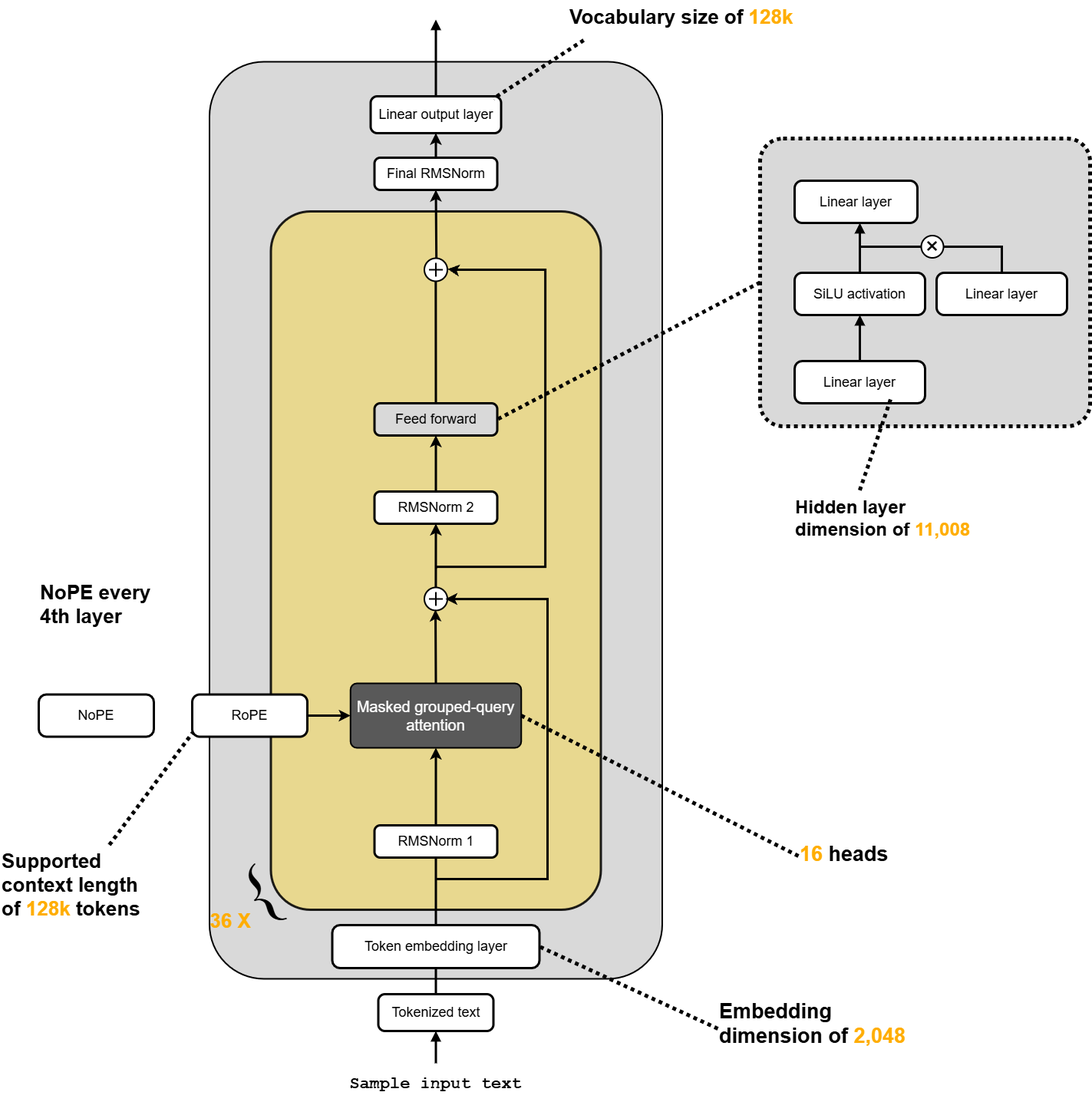
This is Models/SmolLM/SmolLM3-(3B).drawio.png from EarthWind/deeparch, a draw.io export, as it was before one commit. Source tidied: cells renumbered, new cells last; positions are measured from the earlier drawing's top-left corner, leaving out a move shared by most shapes. Its diagram source:
```xml
<mxGraphModel>
  <root>
    <mxCell id="0" />
    <mxCell id="1" parent="0" />
    <mxCell id="2" style="rounded=1;whiteSpace=wrap;html=1;arcSize=12;strokeColor=#000000;strokeWidth=2;fillColor=#d9d9d9;" parent="1" vertex="1">
      <mxGeometry x="272.5" y="80" width="590" height="1195" as="geometry" />
    </mxCell>
    <mxCell id="3" style="rounded=1;whiteSpace=wrap;html=1;arcSize=12;strokeColor=#000000;strokeWidth=3;fillColor=light-dark(#ead885, #3F6E98);opacity=88;" parent="1" vertex="1">
      <mxGeometry x="352.5" y="275" width="430" height="910" as="geometry" />
    </mxCell>
    <mxCell id="4" style="endArrow=none;html=1;rounded=0;strokeWidth=3;strokeColor=#000000;exitX=0.5;exitY=0;exitDx=0;exitDy=0;entryX=0.5;entryY=1;entryDx=0;entryDy=0;" parent="1" edge="1" source="13" target="12">
      <mxGeometry relative="1" as="geometry" />
    </mxCell>
    <mxCell id="5" style="endArrow=block;html=1;rounded=0;strokeWidth=3;endFill=1;strokeColor=#000000;entryX=0.5;entryY=1;entryDx=0;entryDy=0;" parent="1" edge="1" target="13">
      <mxGeometry relative="1" as="geometry">
        <mxPoint x="567.5" y="1385" as="sourcePoint" />
      </mxGeometry>
    </mxCell>
    <mxCell id="6" style="endArrow=block;html=1;rounded=0;strokeWidth=3;endFill=1;strokeColor=#000000;exitX=0.5;exitY=0;exitDx=0;exitDy=0;" parent="1" edge="1" source="7">
      <mxGeometry relative="1" as="geometry">
        <mxPoint x="567.5" y="25" as="targetPoint" />
      </mxGeometry>
    </mxCell>
    <mxCell id="7" value="Linear output layer" style="rounded=1;whiteSpace=wrap;html=1;arcSize=18;strokeColor=#000000;strokeWidth=3;fillColor=#ffffff;fontFamily=Arial;fontSize=18;fontColor=#000000;align=center;verticalAlign=middle;" parent="1" vertex="1">
      <mxGeometry x="482.5" y="125" width="170" height="48" as="geometry" />
    </mxCell>
    <mxCell id="8" value="Final RMSNorm" style="rounded=1;whiteSpace=wrap;html=1;arcSize=18;strokeColor=#000000;strokeWidth=3;fillColor=#ffffff;fontFamily=Arial;fontSize=18;fontColor=#000000;align=center;verticalAlign=middle;" parent="1" vertex="1">
      <mxGeometry x="487.5" y="205" width="160" height="42" as="geometry" />
    </mxCell>
    <mxCell id="9" value="Feed forward" style="rounded=1;whiteSpace=wrap;html=1;arcSize=18;strokeColor=#000000;strokeWidth=3;fillColor=#d9d9d9;fontFamily=Arial;fontSize=18;fontColor=#000000;align=center;verticalAlign=middle;" parent="1" vertex="1">
      <mxGeometry x="487.5" y="525" width="160" height="42" as="geometry" />
    </mxCell>
    <mxCell id="10" value="RMSNorm 2" style="rounded=1;whiteSpace=wrap;html=1;arcSize=18;strokeColor=#000000;strokeWidth=3;fillColor=#ffffff;fontFamily=Arial;fontSize=18;fontColor=#000000;align=center;verticalAlign=middle;" parent="1" vertex="1">
      <mxGeometry x="487.5" y="640" width="160" height="42" as="geometry" />
    </mxCell>
    <mxCell id="11" value="Masked grouped-query&lt;div&gt;attention&lt;/div&gt;" style="rounded=1;whiteSpace=wrap;html=1;arcSize=10;strokeColor=#000000;strokeWidth=2;fillColor=#595959;fontFamily=Arial;fontSize=20;fontColor=#ffffff;align=center;verticalAlign=middle;spacing=4;" parent="1" vertex="1">
      <mxGeometry x="456.2" y="890" width="222.5" height="84" as="geometry" />
    </mxCell>
    <mxCell id="12" value="Token embedding layer" style="rounded=1;whiteSpace=wrap;html=1;arcSize=18;strokeColor=#000000;strokeWidth=3;fillColor=#ffffff;fontFamily=Arial;fontSize=18;fontColor=#000000;align=center;verticalAlign=middle;" parent="1" vertex="1">
      <mxGeometry x="432.5" y="1205" width="270" height="56" as="geometry" />
    </mxCell>
    <mxCell id="13" value="Tokenized text" style="rounded=1;whiteSpace=wrap;html=1;arcSize=18;strokeColor=#000000;strokeWidth=3;fillColor=#ffffff;fontFamily=Arial;fontSize=18;fontColor=#000000;align=center;verticalAlign=middle;" parent="1" vertex="1">
      <mxGeometry x="492.5" y="1295" width="150" height="48" as="geometry" />
    </mxCell>
    <mxCell id="14" value="RoPE" style="rounded=1;whiteSpace=wrap;html=1;arcSize=18;strokeColor=#000000;strokeWidth=3;fillColor=#ffffff;fontFamily=Arial;fontSize=18;fontColor=#000000;align=center;verticalAlign=middle;" parent="1" vertex="1">
      <mxGeometry x="250" y="904.5" width="150" height="55" as="geometry" />
    </mxCell>
    <mxCell id="15" value="{" style="text;html=1;strokeColor=none;fillColor=none;align=left;verticalAlign=top;whiteSpace=wrap;rounded=0;fontFamily=Arial;fontFamily=Times New Roman;fontSize=92;fontColor=#000000;rotation=-30;align=center;verticalAlign=middle;" parent="1" vertex="1">
      <mxGeometry x="300" y="1101" width="70" height="120" as="geometry" />
    </mxCell>
    <mxCell id="16" value="&lt;font style=&quot;color: light-dark(rgb(255, 173, 1), rgb(62, 62, 62));&quot;&gt;36 X&lt;/font&gt;" style="text;html=1;strokeColor=none;fillColor=none;align=left;verticalAlign=top;whiteSpace=wrap;rounded=0;fontFamily=Arial;fontSize=26;fontColor=#1e96ed;align=center;verticalAlign=middle;fontStyle=1;" parent="1" vertex="1">
      <mxGeometry x="260" y="1178.5" width="80" height="42" as="geometry" />
    </mxCell>
    <mxCell id="17" value="Sample input text" style="text;html=1;strokeColor=none;fillColor=none;align=left;verticalAlign=top;whiteSpace=wrap;rounded=0;fontFamily=Arial;fontSize=22;fontFamily=Courier New;fontColor=#000000;align=center;verticalAlign=middle;fontStyle=1;" parent="1" vertex="1">
      <mxGeometry x="450" y="1390" width="235" height="45" as="geometry" />
    </mxCell>
    <mxCell id="18" value="Vocabulary size of&amp;nbsp;&lt;font style=&quot;color: light-dark(rgb(255, 173, 1), rgb(62, 62, 62));&quot;&gt;128k&lt;/font&gt;" style="text;html=1;strokeColor=none;fillColor=none;align=left;verticalAlign=top;whiteSpace=wrap;rounded=0;fontFamily=Arial;fontStyle=1;fontSize=28;fontColor=#000000;fontSize=26;" parent="1" vertex="1">
      <mxGeometry x="740" width="330" height="55" as="geometry" />
    </mxCell>
    <mxCell id="19" style="endArrow=none;html=1;rounded=0;strokeWidth=5;strokeColor=#000000;dashed=1;dashPattern=1 1;exitX=0.061;exitY=0.944;exitDx=0;exitDy=0;exitPerimeter=0;entryX=0.941;entryY=0.063;entryDx=0;entryDy=0;entryPerimeter=0;" parent="1" edge="1" source="18" target="7">
      <mxGeometry relative="1" as="geometry" />
    </mxCell>
    <mxCell id="20" value="Supported&lt;br&gt;context length&lt;br&gt;of &lt;font style=&quot;color: light-dark(rgb(255, 173, 1), rgb(62, 62, 62));&quot;&gt;128k&lt;/font&gt;&lt;font style=&quot;color: rgb(0, 204, 0);&quot;&gt;&amp;nbsp;&lt;/font&gt;tokens" style="text;html=1;strokeColor=none;fillColor=none;align=left;verticalAlign=top;whiteSpace=wrap;rounded=0;fontFamily=Arial;fontStyle=1;fontSize=28;fontColor=#000000;fontSize=26;" parent="1" vertex="1">
      <mxGeometry y="1100.5" width="195" height="120" as="geometry" />
    </mxCell>
    <mxCell id="21" style="endArrow=none;html=1;rounded=0;strokeWidth=5;strokeColor=#000000;dashed=1;dashPattern=1 1;entryX=0.005;entryY=0.899;entryDx=0;entryDy=0;entryPerimeter=0;" parent="1" edge="1" source="20" target="14">
      <mxGeometry relative="1" as="geometry" />
    </mxCell>
    <mxCell id="22" value="Embedding&lt;br&gt;dimension of &lt;font style=&quot;color: light-dark(rgb(255, 173, 1), rgb(62, 62, 62));&quot;&gt;2,048&lt;/font&gt;" style="text;html=1;strokeColor=none;fillColor=none;align=left;verticalAlign=top;whiteSpace=wrap;rounded=0;fontFamily=Arial;fontStyle=1;fontSize=28;fontColor=#000000;fontSize=27;" parent="1" vertex="1">
      <mxGeometry x="935" y="1295" width="260" height="90" as="geometry" />
    </mxCell>
    <mxCell id="23" style="endArrow=none;html=1;rounded=0;strokeWidth=5;strokeColor=#000000;dashed=1;dashPattern=1 1;exitX=0;exitY=0.5;exitDx=0;exitDy=0;entryX=1;entryY=0.5;entryDx=0;entryDy=0;" parent="1" edge="1" source="22" target="12">
      <mxGeometry relative="1" as="geometry" />
    </mxCell>
    <mxCell id="24" style="rounded=1;whiteSpace=wrap;html=1;arcSize=8;strokeColor=#000000;strokeWidth=5;dashed=1;dashPattern=1 1;fillColor=#d9d9d9;fontFamily=Arial;fontSize=18;fontColor=#000000;align=center;verticalAlign=middle;" parent="1" vertex="1">
      <mxGeometry x="990" y="180" width="430" height="375" as="geometry" />
    </mxCell>
    <mxCell id="25" value="Linear layer" style="rounded=1;whiteSpace=wrap;html=1;arcSize=18;strokeColor=#000000;strokeWidth=3;fillColor=#ffffff;fontFamily=Arial;fontSize=18;fontColor=#000000;align=center;verticalAlign=middle;" parent="1" vertex="1">
      <mxGeometry x="1035" y="235" width="160" height="55" as="geometry" />
    </mxCell>
    <mxCell id="26" value="SiLU activation" style="rounded=1;whiteSpace=wrap;html=1;arcSize=18;strokeColor=#000000;strokeWidth=3;fillColor=#ffffff;fontFamily=Arial;fontSize=18;fontColor=#000000;align=center;verticalAlign=middle;" parent="1" vertex="1">
      <mxGeometry x="1035" y="355" width="170" height="55" as="geometry" />
    </mxCell>
    <mxCell id="27" value="Linear layer" style="rounded=1;whiteSpace=wrap;html=1;arcSize=18;strokeColor=#000000;strokeWidth=3;fillColor=#ffffff;fontFamily=Arial;fontSize=18;fontColor=#000000;align=center;verticalAlign=middle;" parent="1" vertex="1">
      <mxGeometry x="1220" y="355" width="170" height="55" as="geometry" />
    </mxCell>
    <mxCell id="28" value="Linear layer" style="rounded=1;whiteSpace=wrap;html=1;arcSize=18;strokeColor=#000000;strokeWidth=3;fillColor=#ffffff;fontFamily=Arial;fontSize=18;fontColor=#000000;align=center;verticalAlign=middle;" parent="1" vertex="1">
      <mxGeometry x="1035" y="470" width="170" height="55" as="geometry" />
    </mxCell>
    <mxCell id="29" style="endArrow=block;html=1;rounded=0;strokeWidth=3;endFill=1;strokeColor=#000000;" parent="1" edge="1">
      <mxGeometry relative="1" as="geometry">
        <mxPoint x="1120" y="470" as="sourcePoint" />
        <mxPoint x="1120" y="410" as="targetPoint" />
      </mxGeometry>
    </mxCell>
    <mxCell id="30" style="endArrow=block;html=1;rounded=0;strokeWidth=3;endFill=1;strokeColor=#000000;" parent="1" edge="1">
      <mxGeometry relative="1" as="geometry">
        <mxPoint x="1120" y="355" as="sourcePoint" />
        <mxPoint x="1120" y="290" as="targetPoint" />
      </mxGeometry>
    </mxCell>
    <mxCell id="31" value="&lt;div&gt;Hidden layer&lt;/div&gt;&lt;div&gt;dimension of &lt;font style=&quot;color: light-dark(rgb(255, 173, 1), rgb(62, 62, 62));&quot;&gt;11,008&lt;/font&gt;&lt;/div&gt;" style="text;html=1;strokeColor=none;fillColor=none;align=left;verticalAlign=top;whiteSpace=wrap;rounded=0;fontFamily=Arial;fontStyle=1;fontSize=28;fontColor=#000000;fontSize=24;" parent="1" vertex="1">
      <mxGeometry x="1033.8" y="640" width="342.5" height="95" as="geometry" />
    </mxCell>
    <mxCell id="32" style="endArrow=none;html=1;rounded=0;strokeWidth=5;strokeColor=#000000;dashed=1;dashPattern=1 1;entryX=0.25;entryY=0;entryDx=0;entryDy=0;" parent="1" edge="1" target="31">
      <mxGeometry relative="1" as="geometry">
        <mxPoint x="1160" y="520" as="sourcePoint" />
      </mxGeometry>
    </mxCell>
    <mxCell id="33" style="html=1;verticalLabelPosition=bottom;align=center;labelBackgroundColor=#ffffff;verticalAlign=top;strokeWidth=2;strokeColor=#000000;shadow=0;dashed=0;shape=mxgraph.ios7.icons.add;" parent="1" vertex="1">
      <mxGeometry x="552.5" y="336" width="30" height="30" as="geometry" />
    </mxCell>
    <mxCell id="34" value="RMSNorm 1" style="rounded=1;whiteSpace=wrap;html=1;arcSize=18;strokeColor=#000000;strokeWidth=3;fillColor=#ffffff;fontFamily=Arial;fontSize=18;fontColor=#000000;align=center;verticalAlign=middle;" parent="1" vertex="1">
      <mxGeometry x="487.5" y="1075" width="160" height="42" as="geometry" />
    </mxCell>
    <mxCell id="35" style="endArrow=none;html=1;rounded=0;strokeWidth=3;strokeColor=#000000;entryX=0.5;entryY=1;entryDx=0;entryDy=0;" parent="1" edge="1" target="34">
      <mxGeometry relative="1" as="geometry">
        <mxPoint x="567.5" y="1205" as="sourcePoint" />
      </mxGeometry>
    </mxCell>
    <mxCell id="36" style="html=1;verticalLabelPosition=bottom;align=center;labelBackgroundColor=#ffffff;verticalAlign=top;strokeWidth=2;strokeColor=#000000;shadow=0;dashed=0;shape=mxgraph.ios7.icons.add;" parent="1" vertex="1">
      <mxGeometry x="552.5" y="765" width="30" height="30" as="geometry" />
    </mxCell>
    <mxCell id="37" style="endArrow=classic;html=1;rounded=0;strokeWidth=3;strokeColor=#000000;entryX=0.5;entryY=1;entryDx=0;entryDy=0;exitX=0.5;exitY=0;exitDx=0;exitDy=0;endFill=1;" parent="1" edge="1" source="34" target="11">
      <mxGeometry relative="1" as="geometry" />
    </mxCell>
    <mxCell id="38" style="endArrow=classic;html=1;rounded=0;strokeWidth=3;strokeColor=#000000;entryX=0.483;entryY=0.967;entryDx=0;entryDy=0;exitX=0.5;exitY=0;exitDx=0;exitDy=0;endFill=1;entryPerimeter=0;" parent="1" edge="1" source="11" target="36">
      <mxGeometry relative="1" as="geometry" />
    </mxCell>
    <mxCell id="39" style="endArrow=classic;html=1;rounded=0;strokeWidth=3;strokeColor=#000000;entryX=0.5;entryY=1;entryDx=0;entryDy=0;exitX=0.497;exitY=-0.001;exitDx=0;exitDy=0;endFill=1;exitPerimeter=0;" parent="1" edge="1" source="36" target="10">
      <mxGeometry relative="1" as="geometry" />
    </mxCell>
    <mxCell id="40" style="endArrow=classic;html=1;rounded=0;strokeWidth=3;strokeColor=#000000;entryX=0.5;entryY=1;entryDx=0;entryDy=0;exitX=0.5;exitY=0;exitDx=0;exitDy=0;endFill=1;" parent="1" edge="1" source="10" target="9">
      <mxGeometry relative="1" as="geometry" />
    </mxCell>
    <mxCell id="41" style="endArrow=none;html=1;rounded=0;strokeWidth=3;strokeColor=#000000;entryX=0.494;entryY=1.002;entryDx=0;entryDy=0;exitX=0.5;exitY=0;exitDx=0;exitDy=0;endFill=1;entryPerimeter=0;startFill=0;" parent="1" edge="1" source="9" target="33">
      <mxGeometry relative="1" as="geometry" />
    </mxCell>
    <mxCell id="42" style="endArrow=classic;html=1;rounded=0;strokeWidth=3;strokeColor=#000000;entryX=0.5;entryY=1;entryDx=0;entryDy=0;exitX=0.522;exitY=-0.005;exitDx=0;exitDy=0;endFill=1;exitPerimeter=0;" parent="1" edge="1" source="33" target="8">
      <mxGeometry relative="1" as="geometry" />
    </mxCell>
    <mxCell id="43" style="endArrow=classic;html=1;rounded=0;strokeWidth=3;strokeColor=#000000;entryX=0.5;entryY=1;entryDx=0;entryDy=0;exitX=0.5;exitY=0;exitDx=0;exitDy=0;endFill=1;" parent="1" edge="1" source="8" target="7">
      <mxGeometry relative="1" as="geometry" />
    </mxCell>
    <mxCell id="44" style="endArrow=classic;html=1;rounded=0;strokeWidth=3;edgeStyle=orthogonalEdgeStyle;endFill=1;" parent="1" edge="1">
      <mxGeometry relative="1" as="geometry">
        <mxPoint x="567.5" y="1145" as="sourcePoint" />
        <mxPoint x="580" y="780" as="targetPoint" />
        <Array as="points">
          <mxPoint x="713" y="1145" />
          <mxPoint x="713" y="780" />
          <mxPoint x="580" y="780" />
        </Array>
      </mxGeometry>
    </mxCell>
    <mxCell id="45" style="endArrow=classic;html=1;rounded=0;strokeWidth=3;strokeColor=#000000;entryX=0;entryY=0.5;entryDx=0;entryDy=0;exitX=1;exitY=0.5;exitDx=0;exitDy=0;endFill=1;" parent="1" edge="1" source="14" target="11">
      <mxGeometry relative="1" as="geometry" />
    </mxCell>
    <mxCell id="46" value="&lt;font style=&quot;font-size: 31px;&quot;&gt;×&lt;/font&gt;" style="ellipse;whiteSpace=wrap;html=1;strokeWidth=2;" parent="1" vertex="1">
      <mxGeometry x="1200" y="306.5" width="29" height="29" as="geometry" />
    </mxCell>
    <mxCell id="47" style="endArrow=none;html=1;rounded=0;strokeWidth=3;strokeColor=#000000;entryX=1;entryY=0.5;entryDx=0;entryDy=0;exitX=0.5;exitY=0;exitDx=0;exitDy=0;edgeStyle=orthogonalEdgeStyle;" parent="1" edge="1" source="27" target="46">
      <mxGeometry relative="1" as="geometry" />
    </mxCell>
    <mxCell id="48" style="endArrow=none;html=1;rounded=0;strokeWidth=3;strokeColor=#000000;exitX=0;exitY=0.5;exitDx=0;exitDy=0;" parent="1" edge="1" source="46">
      <mxGeometry relative="1" as="geometry">
        <mxPoint x="1120" y="321" as="targetPoint" />
      </mxGeometry>
    </mxCell>
    <mxCell id="49" style="endArrow=classic;html=1;rounded=0;strokeWidth=3;edgeStyle=orthogonalEdgeStyle;endFill=1;entryX=1.013;entryY=0.494;entryDx=0;entryDy=0;entryPerimeter=0;" parent="1" edge="1" target="33">
      <mxGeometry relative="1" as="geometry">
        <mxPoint x="568" y="740" as="sourcePoint" />
        <Array as="points">
          <mxPoint x="710" y="738" />
          <mxPoint x="710" y="351" />
          <mxPoint x="590" y="351" />
          <mxPoint x="590" y="350" />
          <mxPoint x="583" y="350" />
        </Array>
      </mxGeometry>
    </mxCell>
    <mxCell id="50" value="NoPE" style="rounded=1;whiteSpace=wrap;html=1;arcSize=18;strokeColor=#000000;strokeWidth=3;fillColor=#ffffff;fontFamily=Arial;fontSize=18;fontColor=#000000;align=center;verticalAlign=middle;" parent="1" vertex="1">
      <mxGeometry x="50" y="904.5" width="150" height="55" as="geometry" />
    </mxCell>
    <mxCell id="51" style="endArrow=none;html=1;rounded=0;strokeWidth=5;strokeColor=#000000;dashed=1;dashPattern=1 1;exitX=0;exitY=0.5;exitDx=0;exitDy=0;entryX=1;entryY=0.5;entryDx=0;entryDy=0;" parent="1" edge="1" source="24" target="9">
      <mxGeometry relative="1" as="geometry" />
    </mxCell>
    <mxCell id="52" value="&lt;div&gt;&lt;font style=&quot;color: light-dark(rgb(255, 173, 1), rgb(62, 62, 62));&quot;&gt;16&lt;/font&gt;&lt;font style=&quot;color: rgb(0, 0, 0);&quot;&gt; heads&lt;/font&gt;&lt;/div&gt;" style="text;html=1;strokeColor=none;fillColor=none;align=left;verticalAlign=top;whiteSpace=wrap;rounded=0;fontFamily=Arial;fontStyle=1;fontSize=28;fontColor=#000000;fontSize=27;" parent="1" vertex="1">
      <mxGeometry x="1040" y="1090" width="140" height="50" as="geometry" />
    </mxCell>
    <mxCell id="53" style="endArrow=none;html=1;rounded=0;strokeWidth=5;strokeColor=#000000;dashed=1;dashPattern=1 1;exitX=0;exitY=0.5;exitDx=0;exitDy=0;entryX=1;entryY=0.5;entryDx=0;entryDy=0;" parent="1" edge="1" source="52" target="11">
      <mxGeometry relative="1" as="geometry" />
    </mxCell>
    <mxCell id="54" value="NoPE every&lt;div&gt;4th layer&lt;/div&gt;" style="text;html=1;strokeColor=none;fillColor=none;align=left;verticalAlign=top;whiteSpace=wrap;rounded=0;fontFamily=Arial;fontStyle=1;fontSize=28;fontColor=#000000;fontSize=26;" parent="1" vertex="1">
      <mxGeometry x="50" y="750" width="195" height="72.8" as="geometry" />
    </mxCell>
  </root>
</mxGraphModel>
```
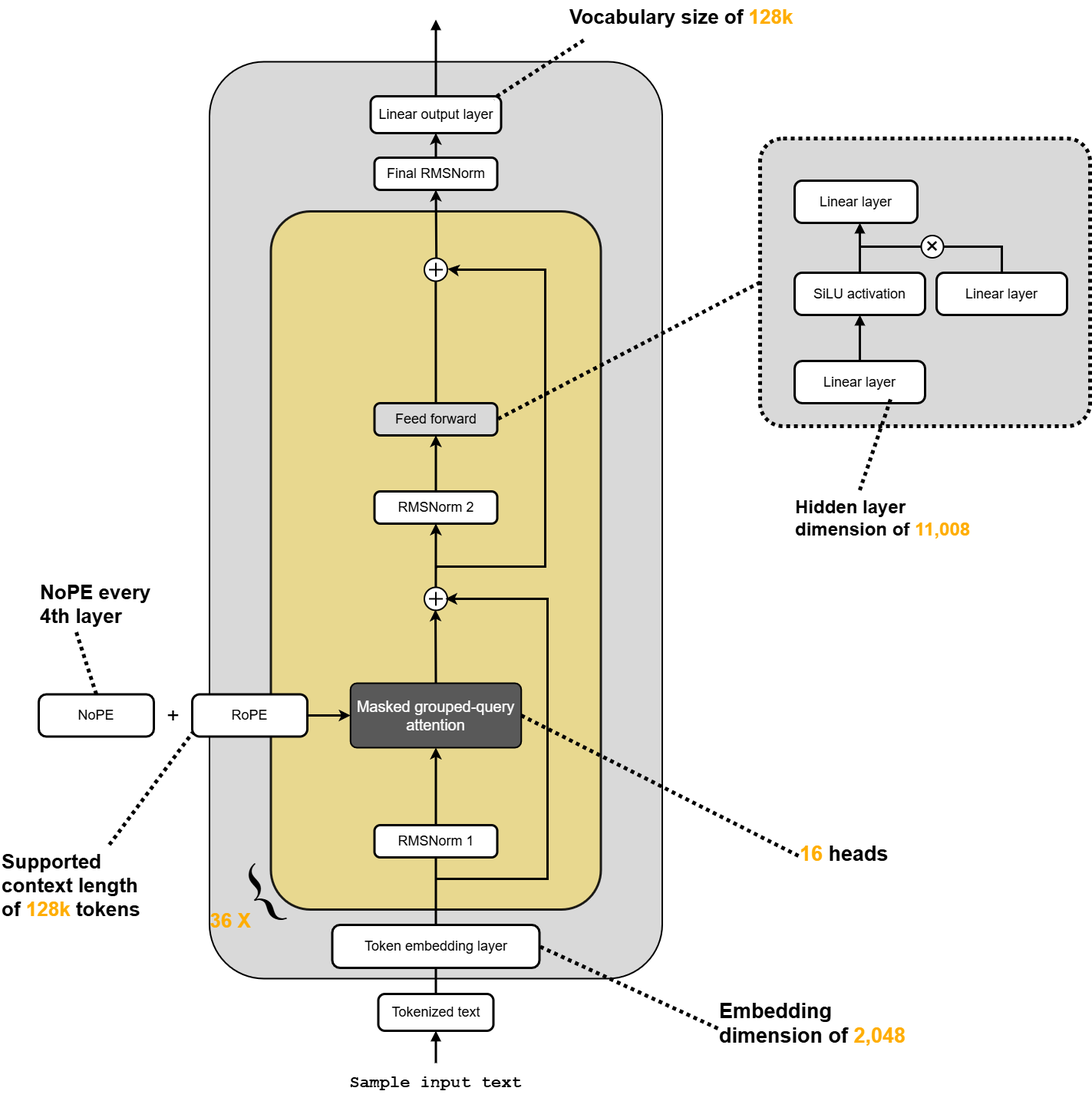
The same diagram one commit later.

What changed in the source:
```diff
@@ -194,5 +194,11 @@
     <mxCell id="54" value="NoPE every&lt;div&gt;4th layer&lt;/div&gt;" style="text;html=1;strokeColor=none;fillColor=none;align=left;verticalAlign=top;whiteSpace=wrap;rounded=0;fontFamily=Arial;fontStyle=1;fontSize=28;fontColor=#000000;fontSize=26;" parent="1" vertex="1">
       <mxGeometry x="50" y="750" width="195" height="72.8" as="geometry" />
     </mxCell>
+    <mxCell id="55" style="endArrow=none;html=1;rounded=0;strokeWidth=5;strokeColor=#000000;dashed=1;dashPattern=1 1;entryX=0.25;entryY=1;entryDx=0;entryDy=0;exitX=0.5;exitY=0;exitDx=0;exitDy=0;" parent="1" edge="1" source="50" target="54">
+      <mxGeometry relative="1" as="geometry" />
+    </mxCell>
+    <mxCell id="56" value="&lt;font style=&quot;font-size: 28px;&quot;&gt;+&lt;/font&gt;" style="text;html=1;align=center;verticalAlign=middle;strokeColor=none;fillColor=none;" parent="1" vertex="1">
+      <mxGeometry x="205" y="907" width="40" height="50" as="geometry" />
+    </mxCell>
   </root>
 </mxGraphModel>
```
